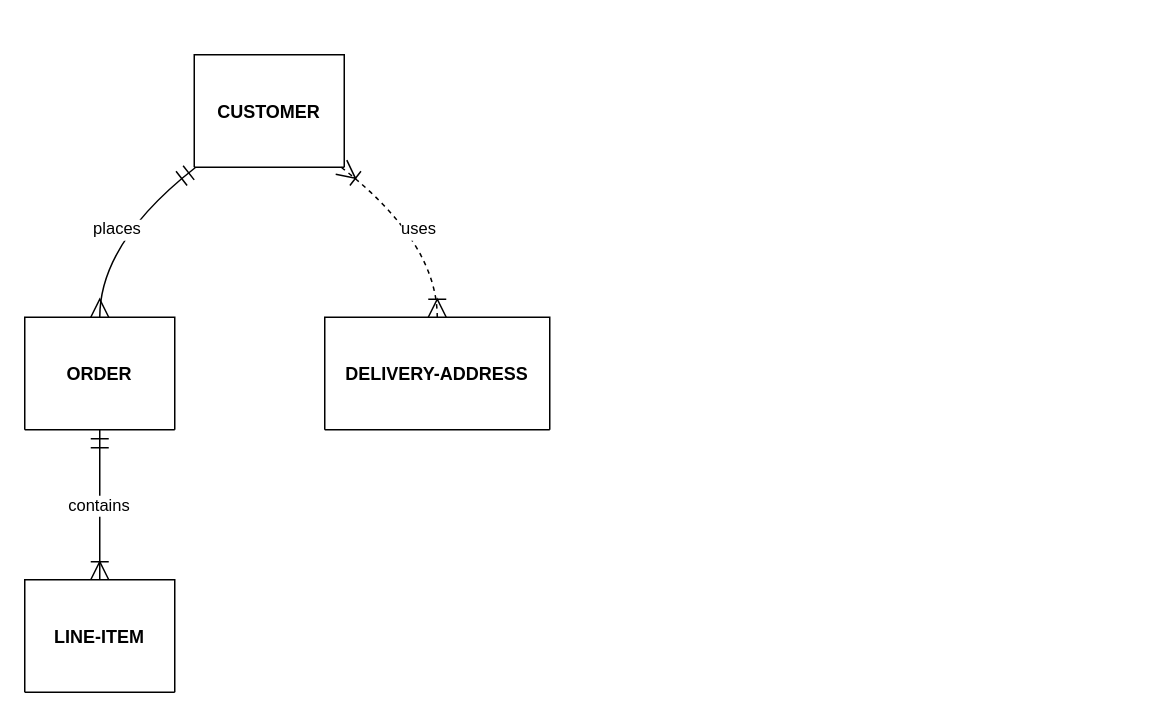
Beattle/app keeps this draw.io diagram as Application/Untitled Diagram.drawio. Above is the earlier version. Source tidied: cells renumbered, new cells numbered last; positions are measured from the earlier drawing's top-left corner, leaving out a move shared by most shapes. Both pictures are drawn from the tidied source at 150%, with x=0, y=0 at pixel (24, 54).
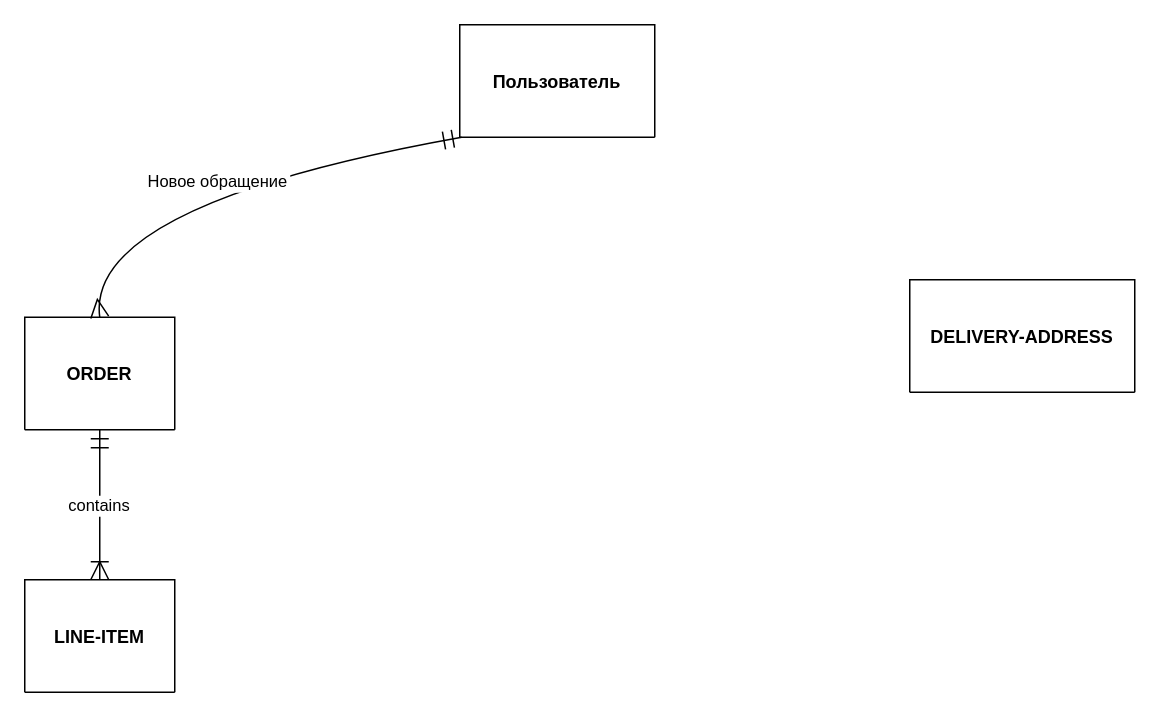
The same diagram, later.

The edit, as a diff of the source:
```diff
@@
 <mxGraphModel>
   <root>
     <mxCell id="0" />
     <mxCell id="1" parent="0" />
-    <mxCell id="2" value="CUSTOMER" style="shape=table;startSize=75;childLayout=tableLayout;rowLines=1;fontStyle=1;align=center;" parent="1" vertex="1">
-      <mxGeometry x="113" width="100" height="75" as="geometry" />
+    <mxCell id="2" value="Пользователь" style="shape=table;startSize=75;childLayout=tableLayout;rowLines=1;fontStyle=1;align=center;" parent="1" vertex="1">
+      <mxGeometry x="290" y="-20" width="130" height="75" as="geometry" />
     </mxCell>
     <mxCell id="3" value="ORDER" style="shape=table;startSize=75;childLayout=tableLayout;rowLines=1;fontStyle=1;align=center;" parent="1" vertex="1">
       <mxGeometry y="175" width="100" height="75" as="geometry" />
     </mxCell>
     <mxCell id="4" value="LINE-ITEM" style="shape=table;startSize=75;childLayout=tableLayout;rowLines=1;fontStyle=1;align=center;" parent="1" vertex="1">
       <mxGeometry y="350" width="100" height="75" as="geometry" />
     </mxCell>
     <mxCell id="5" value="DELIVERY-ADDRESS" style="shape=table;startSize=75;childLayout=tableLayout;rowLines=1;fontStyle=1;align=center;" parent="1" vertex="1">
-      <mxGeometry x="200" y="175" width="150" height="75" as="geometry" />
+      <mxGeometry x="590" y="150" width="150" height="75" as="geometry" />
     </mxCell>
-    <mxCell id="6" value="places" style="curved=1;startArrow=ERmandOne;startSize=10;endArrow=ERmany;endSize=10;exitX=0.01;exitY=1;entryX=0.5;entryY=0;" parent="1" edge="1" source="2" target="3">
+    <mxCell id="6" value="Новое обращение" style="curved=1;startArrow=ERmandOne;startSize=10;endArrow=ERmany;endSize=10;exitX=0.01;exitY=1;entryX=0.5;entryY=0;" parent="1" edge="1" source="2" target="3">
       <mxGeometry relative="1" as="geometry">
         <Array as="points">
-          <mxPoint x="50" y="125" />
+          <mxPoint x="40" y="100" />
         </Array>
       </mxGeometry>
     </mxCell>
     <mxCell id="7" value="contains" style="curved=1;startArrow=ERmandOne;startSize=10;endArrow=ERoneToMany;endSize=10;exitX=0.5;exitY=1;entryX=0.5;entryY=0;" parent="1" edge="1" source="3" target="4">
       <mxGeometry relative="1" as="geometry" />
     </mxCell>
-    <mxCell id="8" value="uses" style="curved=1;dashed=1;startArrow=ERoneToMany;startSize=10;endArrow=ERoneToMany;endSize=10;exitX=0.98;exitY=1;entryX=0.5;entryY=0;" parent="1" edge="1" source="2" target="5">
-      <mxGeometry relative="1" as="geometry">
-        <Array as="points">
-          <mxPoint x="275" y="125" />
-        </Array>
-      </mxGeometry>
-    </mxCell>
   </root>
 </mxGraphModel>
```
